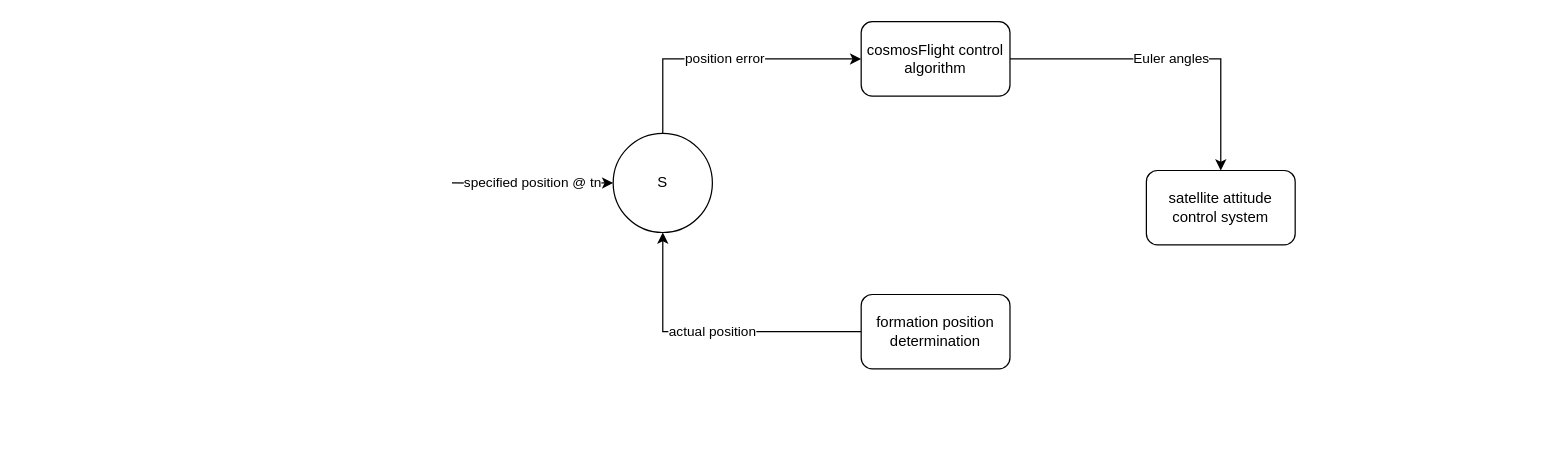
Before: cosmosFormationFlightAlgorithm.drawio in JanThoemel/drawIO, a draw.io diagram. Source tidied: cells renumbered, new cells numbered last; positions are measured from the earlier drawing's top-left corner, leaving out a move shared by most shapes. Both pictures are drawn from the tidied source at 124%, with x=0, y=0 at pixel (451, 21).
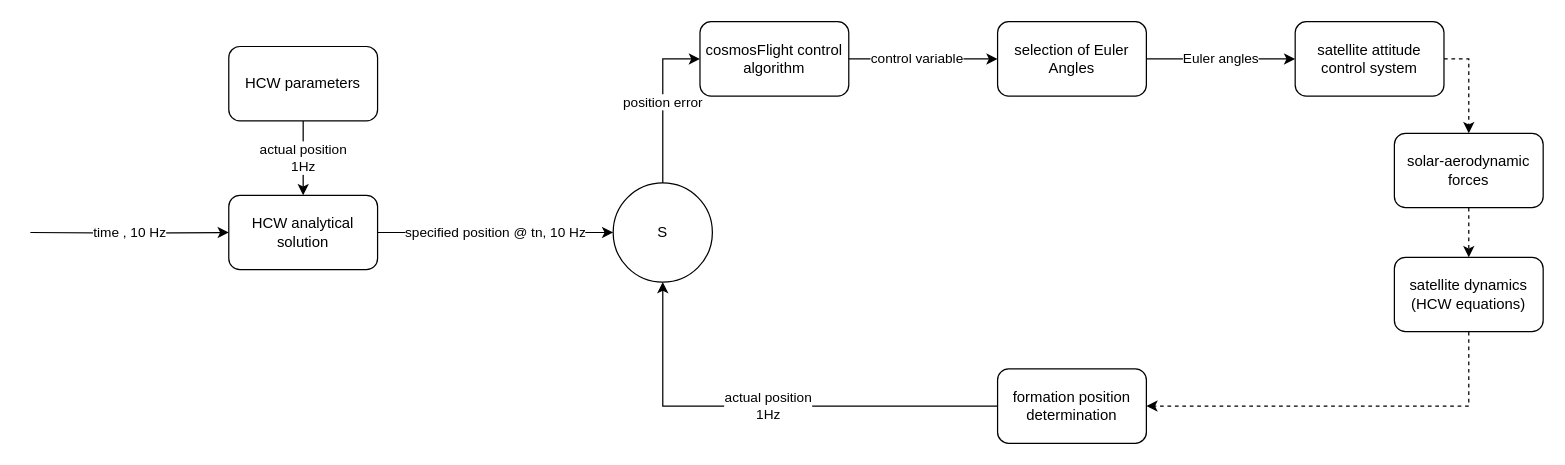
Above is the later version.

The edit, as a diff of the source:
```diff
@@
     <mxCell id="2" value="&lt;font face=&quot;greekC&quot;&gt;S&lt;/font&gt;" style="ellipse;whiteSpace=wrap;html=1;" parent="1" vertex="1">
-      <mxGeometry x="130" y="90" width="80" height="80" as="geometry" />
+      <mxGeometry x="130" y="130" width="80" height="80" as="geometry" />
     </mxCell>
-    <mxCell id="3" value="actual position" style="edgeStyle=orthogonalEdgeStyle;rounded=0;jettySize=auto;html=1;exitX=0;exitY=0.5;exitDx=0;exitDy=0;entryX=0.5;entryY=1;entryDx=0;entryDy=0;" parent="1" edge="1" source="4" target="2">
+    <mxCell id="3" value="actual position&lt;br&gt;1Hz" style="edgeStyle=orthogonalEdgeStyle;rounded=0;jettySize=auto;html=1;exitX=0;exitY=0.5;exitDx=0;exitDy=0;entryX=0.5;entryY=1;entryDx=0;entryDy=0;" parent="1" edge="1" source="4" target="2">
       <mxGeometry relative="1" as="geometry" />
     </mxCell>
     <mxCell id="4" value="formation position determination" style="rounded=1;whiteSpace=wrap;html=1;" parent="1" vertex="1">
-      <mxGeometry x="330" y="220" width="120" height="60" as="geometry" />
+      <mxGeometry x="440" y="280" width="120" height="60" as="geometry" />
     </mxCell>
     <mxCell id="5" value="cosmosFlight control algorithm" style="rounded=1;whiteSpace=wrap;html=1;" parent="1" vertex="1">
-      <mxGeometry x="330" width="120" height="60" as="geometry" />
+      <mxGeometry x="200" width="120" height="60" as="geometry" />
     </mxCell>
@@
     <mxCell id="7" value="satellite attitude control system" style="rounded=1;whiteSpace=wrap;html=1;" parent="1" vertex="1">
-      <mxGeometry x="560" y="120" width="120" height="60" as="geometry" />
+      <mxGeometry x="680" width="120" height="60" as="geometry" />
     </mxCell>
-    <mxCell id="8" value="Euler angles" style="edgeStyle=orthogonalEdgeStyle;rounded=0;jettySize=auto;html=1;exitX=1;exitY=0.5;exitDx=0;exitDy=0;entryX=0.5;entryY=0;entryDx=0;entryDy=0;" parent="1" edge="1" source="5" target="7">
+    <mxCell id="8" value="Euler angles" style="edgeStyle=orthogonalEdgeStyle;rounded=0;jettySize=auto;html=1;exitX=1;exitY=0.5;exitDx=0;exitDy=0;entryX=0;entryY=0.5;entryDx=0;entryDy=0;" parent="1" edge="1" source="12" target="7">
       <mxGeometry relative="1" as="geometry" />
     </mxCell>
-    <mxCell id="9" value="specified position @ tn" style="edgeStyle=orthogonalEdgeStyle;rounded=0;jettySize=auto;html=1;entryX=0;entryY=0.5;entryDx=0;entryDy=0;" parent="1" edge="1" target="2">
-      <mxGeometry relative="1" as="geometry">
-        <mxPoint y="130" as="sourcePoint" />
-      </mxGeometry>
+    <mxCell id="9" value="specified position @ tn, 10 Hz" style="edgeStyle=orthogonalEdgeStyle;rounded=0;jettySize=auto;html=1;entryX=0;entryY=0.5;entryDx=0;entryDy=0;" parent="1" edge="1" source="17" target="2">
+      <mxGeometry relative="1" as="geometry" />
     </mxCell>
+    <mxCell id="10" value="satellite dynamics (HCW equations)" style="rounded=1;whiteSpace=wrap;html=1;" parent="1" vertex="1">
+      <mxGeometry x="760" y="190" width="120" height="60" as="geometry" />
+    </mxCell>
+    <mxCell id="11" style="edgeStyle=orthogonalEdgeStyle;rounded=0;jettySize=auto;html=1;exitX=0.5;exitY=1;exitDx=0;exitDy=0;entryX=0.5;entryY=0;entryDx=0;entryDy=0;dashed=1;startArrow=none;" parent="1" edge="1" source="15" target="10">
+      <mxGeometry x="0.43" relative="1" as="geometry" />
+    </mxCell>
+    <mxCell id="12" value="selection of Euler Angles" style="rounded=1;whiteSpace=wrap;html=1;" parent="1" vertex="1">
+      <mxGeometry x="440" width="120" height="60" as="geometry" />
+    </mxCell>
+    <mxCell id="13" value="control variable" style="edgeStyle=orthogonalEdgeStyle;rounded=0;jettySize=auto;html=1;exitX=1;exitY=0.5;exitDx=0;exitDy=0;entryX=0;entryY=0.5;entryDx=0;entryDy=0;" parent="1" edge="1" source="5" target="12">
+      <mxGeometry x="-0.09" relative="1" as="geometry" />
+    </mxCell>
+    <mxCell id="14" style="edgeStyle=orthogonalEdgeStyle;rounded=0;jettySize=auto;html=1;exitX=0.5;exitY=1;exitDx=0;exitDy=0;entryX=1;entryY=0.5;entryDx=0;entryDy=0;dashed=1;" parent="1" edge="1" source="10" target="4">
+      <mxGeometry relative="1" as="geometry" />
+    </mxCell>
+    <mxCell id="15" value="solar-aerodynamic forces" style="rounded=1;whiteSpace=wrap;html=1;" parent="1" vertex="1">
+      <mxGeometry x="760" y="90" width="120" height="60" as="geometry" />
+    </mxCell>
+    <mxCell id="16" style="edgeStyle=orthogonalEdgeStyle;rounded=0;jettySize=auto;html=1;exitX=1;exitY=0.5;exitDx=0;exitDy=0;dashed=1;startArrow=none;" parent="1" edge="1" source="7" target="15">
+      <mxGeometry x="0.43" relative="1" as="geometry" />
+    </mxCell>
+    <mxCell id="17" value="HCW analytical solution" style="rounded=1;whiteSpace=wrap;html=1;" parent="1" vertex="1">
+      <mxGeometry x="-180" y="140" width="120" height="60" as="geometry" />
+    </mxCell>
+    <mxCell id="18" value="HCW parameters" style="rounded=1;whiteSpace=wrap;html=1;" parent="1" vertex="1">
+      <mxGeometry x="-180" y="20" width="120" height="60" as="geometry" />
+    </mxCell>
+    <mxCell id="19" value="actual position&lt;br&gt;1Hz" style="edgeStyle=orthogonalEdgeStyle;rounded=0;jettySize=auto;html=1;exitX=0.5;exitY=1;exitDx=0;exitDy=0;entryX=0.5;entryY=0;entryDx=0;entryDy=0;" parent="1" edge="1" source="18" target="17">
+      <mxGeometry relative="1" as="geometry" />
+    </mxCell>
+    <mxCell id="20" value="time , 10 Hz" style="edgeStyle=orthogonalEdgeStyle;rounded=0;jettySize=auto;html=1;entryX=0;entryY=0.5;entryDx=0;entryDy=0;" parent="1" edge="1" target="17">
+      <mxGeometry relative="1" as="geometry">
+        <mxPoint x="-340" y="170" as="sourcePoint" />
+      </mxGeometry>
+    </mxCell>
```
